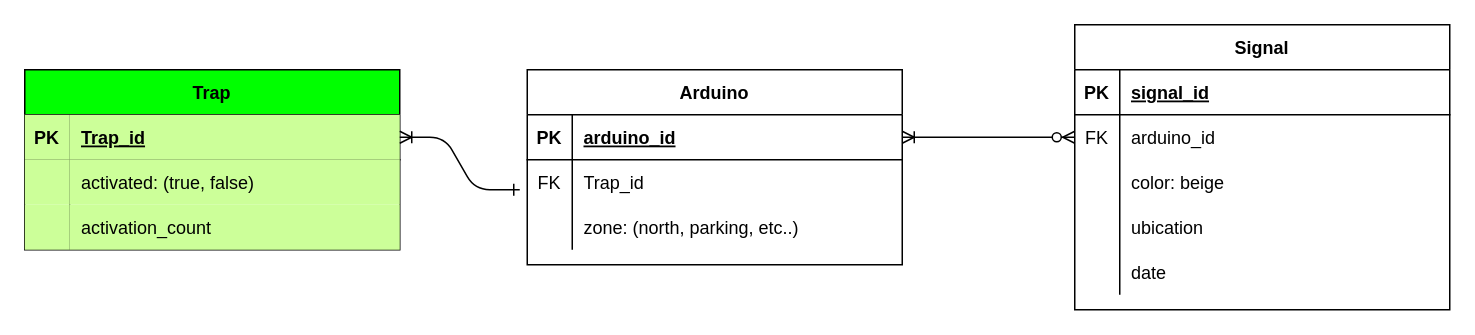
The draw.io diagram ERM IoT.drawio in EmergenBis/emergenbis-iot-backend, before the edit. Source tidied: cells renumbered, new cells numbered last; positions are measured from the earlier drawing's top-left corner, leaving out a move shared by most shapes. Both pictures are drawn from the tidied source at 150%, with x=0, y=0 at pixel (24, 24).
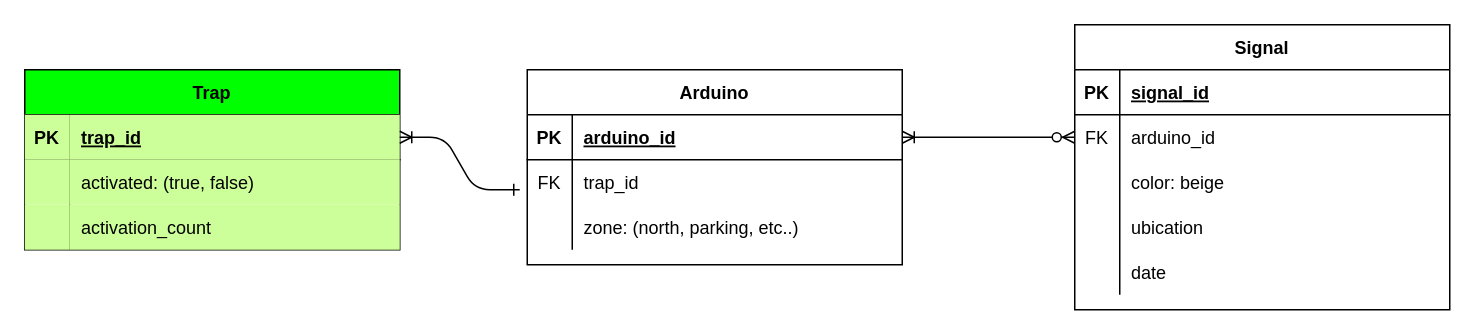
The same diagram, later.

Unchanged cells that the change refers to:
```xml
<mxCell id="4" style="shape=partialRectangle;fillColor=none;points=[[0,0.5],[1,0.5]];portConstraint=eastwest;top=0;left=0;right=0;bottom=1;" parent="3" vertex="1">
  <mxGeometry y="30" width="250" height="30" as="geometry" />
</mxCell>
<mxCell id="33" style="shape=partialRectangle;fillColor=none;top=0;left=0;right=0;bottom=0;" parent="29" vertex="1">
  <mxGeometry y="60" width="250" height="30" as="geometry" />
</mxCell>
```

Diff of the diagram source:
```diff
@@
-    <mxCell id="6" value="Trap_id" style="shape=partialRectangle;overflow=hidden;fillColor=#CCFF99;top=0;left=0;bottom=0;right=0;align=left;spacingLeft=6;fontStyle=5;" parent="4" vertex="1">
+    <mxCell id="6" value="trap_id" style="shape=partialRectangle;overflow=hidden;fillColor=#CCFF99;top=0;left=0;bottom=0;right=0;align=left;spacingLeft=6;fontStyle=5;" parent="4" vertex="1">
       <mxGeometry x="30" width="220" height="30" as="geometry" />
     </mxCell>
@@
-    <mxCell id="35" value="Trap_id" style="shape=partialRectangle;overflow=hidden;fillColor=none;top=0;left=0;bottom=0;right=0;align=left;spacingLeft=6;" parent="33" vertex="1">
+    <mxCell id="35" value="trap_id" style="shape=partialRectangle;overflow=hidden;fillColor=none;top=0;left=0;bottom=0;right=0;align=left;spacingLeft=6;" parent="33" vertex="1">
       <mxGeometry x="30" width="220" height="30" as="geometry" />
     </mxCell>
```
